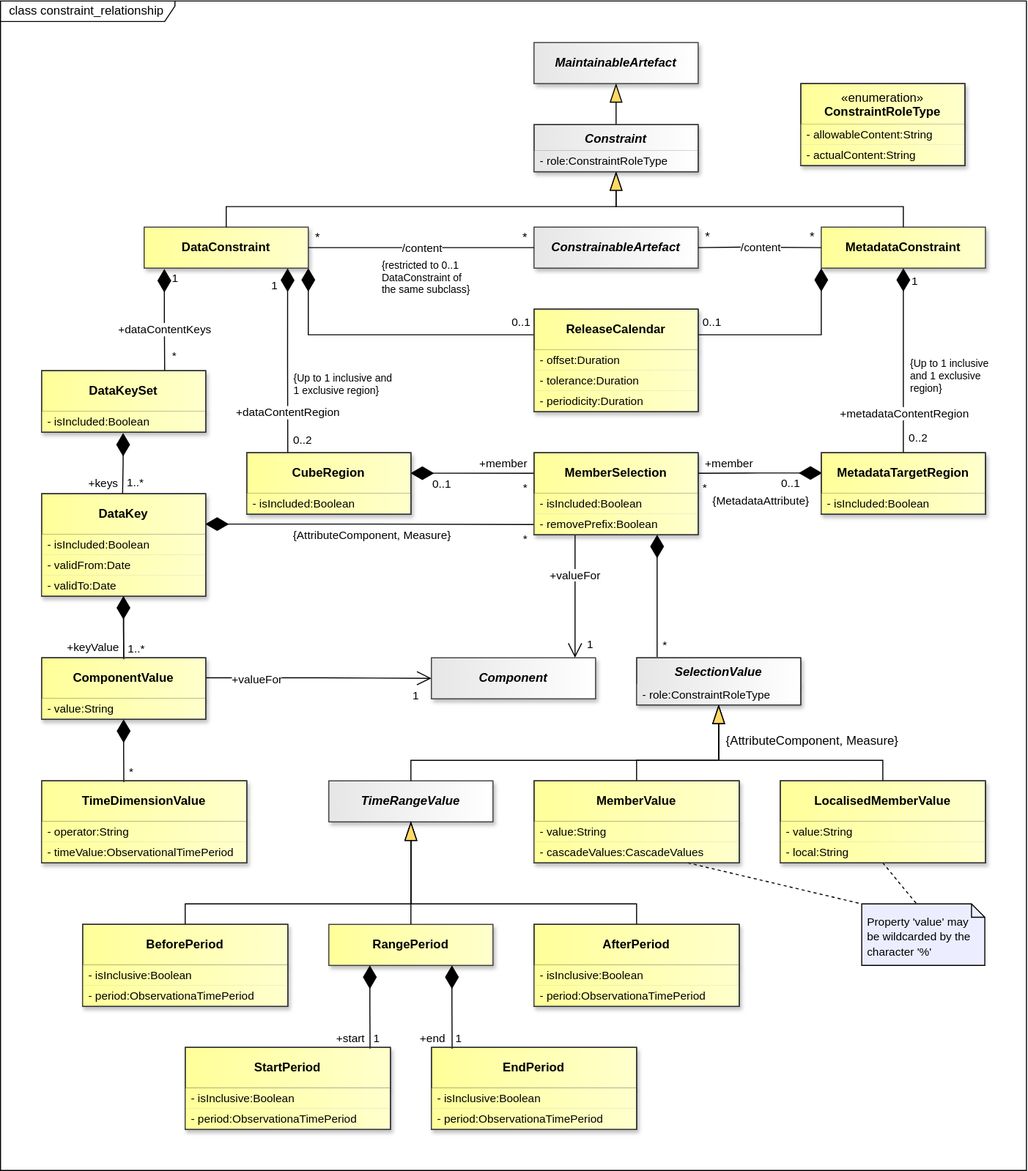
The draw.io diagram docs/information_model/media/sdmx_registry-constraint_relationship.svg in sdmx-twg/sdmx-im, before a commit. Source tidied: cells renumbered, new cells last; positions are measured from the earlier drawing's top-left corner, leaving out a move shared by most shapes.
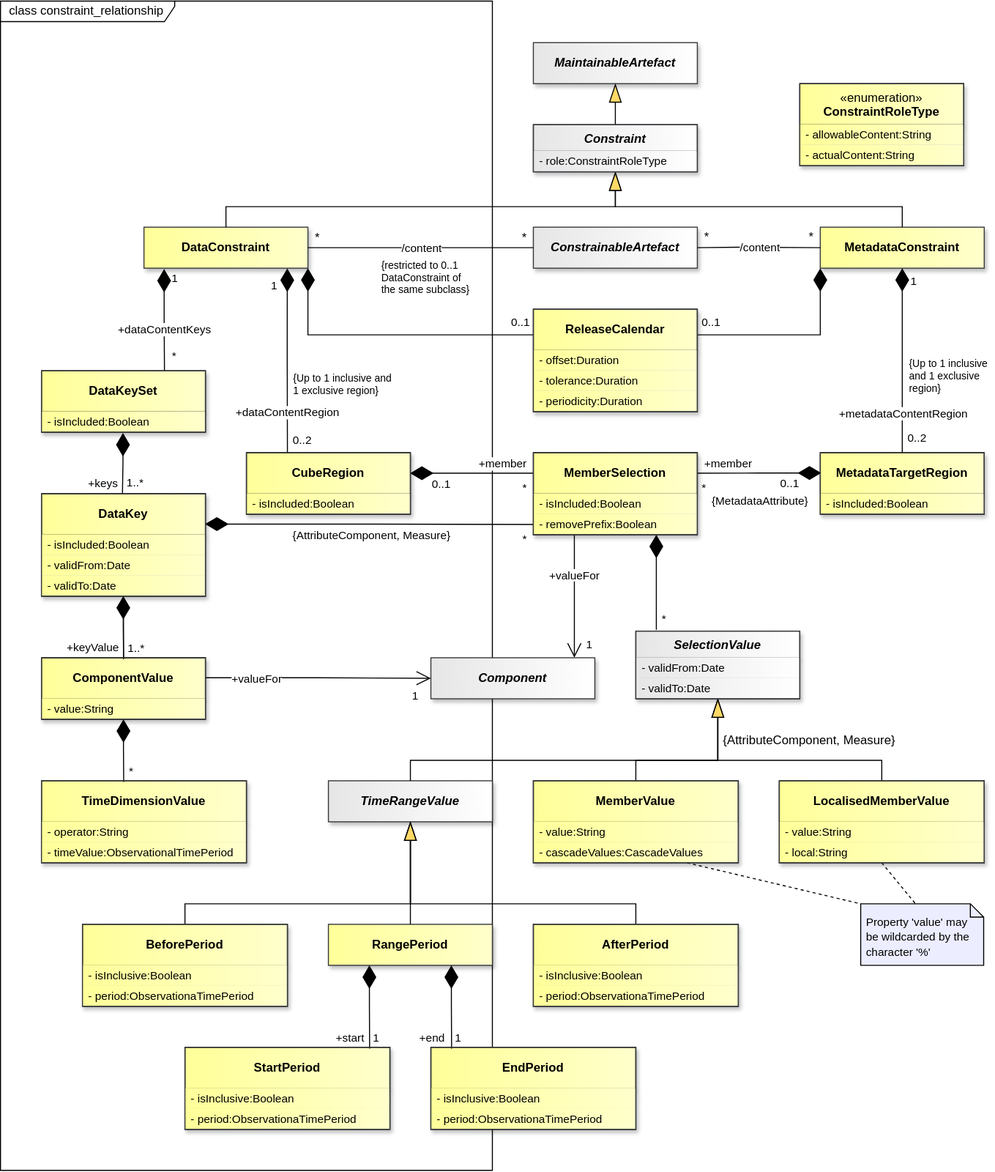
Above is the later version.

Diff of the diagram source:
```diff
@@ -129,7 +129,7 @@
       <mxGeometry relative="1" as="geometry" />
     </mxCell>
     <mxCell id="44" value="&amp;nbsp; class constraint_relationship" style="shape=umlFrame;whiteSpace=wrap;html=1;fillColor=light-dark(#FFFFFF,#121212);swimlaneFillColor=light-dark(#FFFFFF,#121212);width=170;height=20;align=left;" parent="1" vertex="1">
-      <mxGeometry y="-0.5" width="1000" height="1140.5" as="geometry" />
+      <mxGeometry y="-0.5" width="480" height="1140.5" as="geometry" />
     </mxCell>
     <mxCell id="45" value="MaintainableArtefact" style="whiteSpace=wrap;html=1;verticalAlign=middle;gradientDirection=east;imageVerticalAlign=top;fontStyle=3;fillColor=light-dark(#E6E6E6,#E6E6E6);strokeColor=#36393d;fontColor=light-dark(#000000,#000000);gradientColor=light-dark(#FFFFFF,#FFFFFF);shadow=1;" parent="1" vertex="1">
       <mxGeometry x="520" y="40" width="160" height="40" as="geometry" />
@@ -399,10 +399,13 @@
       <mxGeometry x="420" y="640" width="160" height="40" as="geometry" />
     </mxCell>
     <mxCell id="112" value="SelectionValue" style="swimlane;fontStyle=3;align=center;verticalAlign=top;horizontal=1;startSize=26;whiteSpace=wrap;html=1;strokeColor=#36393d;fontFamily=Helvetica;fontSize=12;fillColor=light-dark(#E6E6E6,#E6E6E6);gradientDirection=east;gradientColor=light-dark(#FFFFFF,#FFFFFF);fontColor=light-dark(#000000,#000000);shadow=1;" parent="1" vertex="1">
-      <mxGeometry x="620" y="640" width="160" height="46" as="geometry" />
+      <mxGeometry x="620" y="614" width="160" height="66" as="geometry" />
     </mxCell>
+    <mxCell id="190" value="- validFrom:Date" style="text;strokeColor=none;fillColor=light-dark(#E6E6E6,#E6E6E6);align=left;verticalAlign=middle;spacingLeft=4;spacingRight=4;overflow=hidden;whiteSpace=wrap;html=1;fontFamily=Helvetica;fontSize=11;fontColor=light-dark(#000000,#000000);fontStyle=0;gradientColor=light-dark(#FFFFFF,#FFFFFF);gradientDirection=east;shadow=1;" parent="112" vertex="1">
+      <mxGeometry y="26" width="160" height="20" as="geometry" />
+    </mxCell>
-    <mxCell id="113" value="- role:ConstraintRoleType" style="text;strokeColor=none;fillColor=light-dark(#E6E6E6,#E6E6E6);align=left;verticalAlign=middle;spacingLeft=4;spacingRight=4;overflow=hidden;whiteSpace=wrap;html=1;fontFamily=Helvetica;fontSize=11;fontColor=light-dark(#000000,#000000);fontStyle=0;gradientColor=light-dark(#FFFFFF,#FFFFFF);gradientDirection=east;shadow=1;" parent="112" vertex="1">
-      <mxGeometry y="26" width="160" height="20" as="geometry" />
+    <mxCell id="113" value="- validTo:Date" style="text;strokeColor=none;fillColor=light-dark(#E6E6E6,#E6E6E6);align=left;verticalAlign=middle;spacingLeft=4;spacingRight=4;overflow=hidden;whiteSpace=wrap;html=1;fontFamily=Helvetica;fontSize=11;fontColor=light-dark(#000000,#000000);fontStyle=0;gradientColor=light-dark(#FFFFFF,#FFFFFF);gradientDirection=east;shadow=1;" parent="112" vertex="1">
+      <mxGeometry y="46" width="160" height="20" as="geometry" />
     </mxCell>
     <mxCell id="114" style="endArrow=none;html=1;endSize=12;startArrow=diamondThin;startSize=20;startFill=1;edgeStyle=orthogonalEdgeStyle;rounded=0;endFill=0;strokeColor=light-dark(#000000,#FFFFFF);fontColor=light-dark(#000000,#FFFFFF);labelBackgroundColor=none;exitX=0.998;exitY=0.296;exitDx=0;exitDy=0;entryX=0;entryY=0.5;entryDx=0;entryDy=0;exitPerimeter=0;" parent="1" edge="1" source="95" target="101">
       <mxGeometry x="0.13" relative="1" as="geometry" />
@@ -659,7 +662,7 @@
       <mxGeometry x="800" y="440" width="160" height="60" as="geometry" />
     </mxCell>
     <mxCell id="179" style="rounded=0;whiteSpace=wrap;html=1;fillColor=none;strokeColor=#36393D;" parent="1" vertex="1">
-      <mxGeometry x="620" y="640" width="160" height="46" as="geometry" />
+      <mxGeometry x="620" y="614" width="160" height="66" as="geometry" />
     </mxCell>
     <mxCell id="180" style="rounded=0;whiteSpace=wrap;html=1;fillColor=none;strokeColor=#36393D;" parent="1" vertex="1">
       <mxGeometry x="760" y="760" width="200" height="80" as="geometry" />
```
